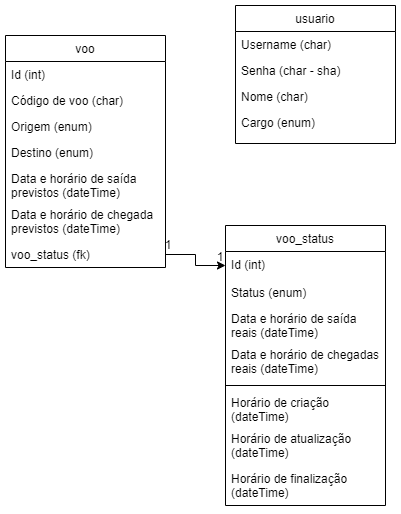
Before: LabEngSoftClassDiag.drawio.png, a diagram exported from draw.io (IzabelaMarina/caqui). Source tidied: cells renumbered, new cells last; positions are measured from the earlier drawing's top-left corner, leaving out a move shared by most shapes.
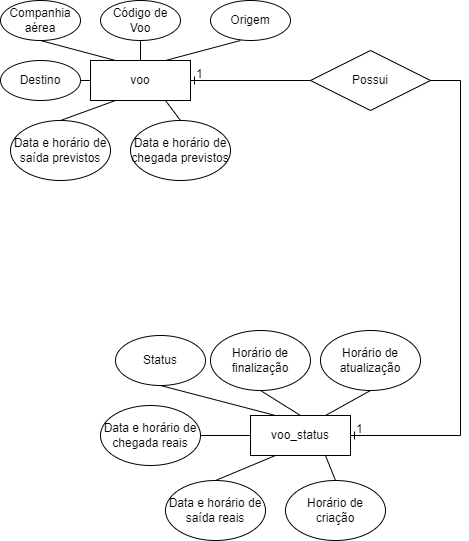
After the change.

What changed in the source:
```diff
@@ -2,80 +2,102 @@
   <root>
     <mxCell id="0" />
     <mxCell id="1" parent="0" />
-    <mxCell id="2" value="voo" style="swimlane;fontStyle=0;align=center;verticalAlign=top;horizontal=1;startSize=26;rounded=0;shadow=0;strokeWidth=1;" parent="1" vertex="1">
-      <mxGeometry y="30" width="160" height="232" as="geometry" />
+    <mxCell id="2" value="voo" style="whiteSpace=wrap;html=1;align=center;" parent="1" vertex="1">
+      <mxGeometry x="45" y="20" width="100" height="40" as="geometry" />
     </mxCell>
-    <mxCell id="3" value="Id (int)" style="text;align=left;verticalAlign=top;spacingLeft=4;spacingRight=4;overflow=hidden;" parent="2" vertex="1">
-      <mxGeometry y="26" width="160" height="26" as="geometry" />
-    </mxCell>
-    <mxCell id="4" value="Código de voo (char)" style="text;align=left;verticalAlign=top;spacingLeft=4;spacingRight=4;overflow=hidden;" parent="2" vertex="1">
-      <mxGeometry y="52" width="160" height="26" as="geometry" />
-    </mxCell>
-    <mxCell id="5" value="Origem (enum)" style="text;align=left;verticalAlign=top;spacingLeft=4;spacingRight=4;overflow=hidden;rounded=0;shadow=0;html=0;" parent="2" vertex="1">
-      <mxGeometry y="78" width="160" height="26" as="geometry" />
-    </mxCell>
-    <mxCell id="6" value="Destino (enum)" style="text;align=left;verticalAlign=top;spacingLeft=4;spacingRight=4;overflow=hidden;rounded=0;shadow=0;html=0;" parent="2" vertex="1">
-      <mxGeometry y="104" width="160" height="26" as="geometry" />
-    </mxCell>
-    <mxCell id="7" value="Data e horário de saída &#10;previstos (dateTime)" style="text;align=left;verticalAlign=top;spacingLeft=4;spacingRight=4;overflow=hidden;rounded=0;shadow=0;html=0;" parent="2" vertex="1">
-      <mxGeometry y="130" width="160" height="36" as="geometry" />
-    </mxCell>
-    <mxCell id="8" value="Data e horário de chegada&#10;previstos (dateTime)" style="text;align=left;verticalAlign=top;spacingLeft=4;spacingRight=4;overflow=hidden;rounded=0;shadow=0;html=0;" parent="2" vertex="1">
-      <mxGeometry y="166" width="160" height="40" as="geometry" />
-    </mxCell>
-    <mxCell id="9" value="voo_status (fk)" style="text;align=left;verticalAlign=top;spacingLeft=4;spacingRight=4;overflow=hidden;points=[[0,0.5],[1,0.5]];portConstraint=eastwest;rounded=0;shadow=0;html=0;" parent="2" vertex="1">
-      <mxGeometry y="206" width="160" height="26" as="geometry" />
-    </mxCell>
-    <mxCell id="10" value="usuario" style="swimlane;fontStyle=0;align=center;verticalAlign=top;horizontal=1;startSize=26;rounded=0;shadow=0;strokeWidth=1;" parent="1" vertex="1">
-      <mxGeometry x="230" width="160" height="138" as="geometry" />
-    </mxCell>
-    <mxCell id="11" value="Username (char)" style="text;align=left;verticalAlign=top;spacingLeft=4;spacingRight=4;overflow=hidden;rounded=0;shadow=0;html=0;" parent="10" vertex="1">
-      <mxGeometry y="26" width="160" height="26" as="geometry" />
-    </mxCell>
-    <mxCell id="12" value="Senha (char - sha)" style="text;align=left;verticalAlign=top;spacingLeft=4;spacingRight=4;overflow=hidden;rounded=0;shadow=0;html=0;" parent="10" vertex="1">
-      <mxGeometry y="52" width="160" height="26" as="geometry" />
-    </mxCell>
-    <mxCell id="13" value="Nome (char)" style="text;align=left;verticalAlign=top;spacingLeft=4;spacingRight=4;overflow=hidden;" parent="10" vertex="1">
-      <mxGeometry y="78" width="160" height="26" as="geometry" />
-    </mxCell>
-    <mxCell id="14" value="Cargo (enum)" style="text;align=left;verticalAlign=top;spacingLeft=4;spacingRight=4;overflow=hidden;rounded=0;shadow=0;html=0;" parent="10" vertex="1">
-      <mxGeometry y="104" width="160" height="26" as="geometry" />
-    </mxCell>
+    <mxCell id="27" value="Companhia aérea" style="ellipse;whiteSpace=wrap;html=1;align=center;" parent="1" vertex="1">
+      <mxGeometry x="-45" y="-40" width="80" height="40" as="geometry" />
+    </mxCell>
+    <mxCell id="28" value="Código de Voo" style="ellipse;whiteSpace=wrap;html=1;align=center;" parent="1" vertex="1">
+      <mxGeometry x="55" y="-40" width="80" height="40" as="geometry" />
+    </mxCell>
+    <mxCell id="29" value="Origem" style="ellipse;whiteSpace=wrap;html=1;align=center;" parent="1" vertex="1">
+      <mxGeometry x="165" y="-40" width="80" height="40" as="geometry" />
+    </mxCell>
+    <mxCell id="30" value="Destino" style="ellipse;whiteSpace=wrap;html=1;align=center;" parent="1" vertex="1">
+      <mxGeometry x="-45" y="20" width="80" height="40" as="geometry" />
+    </mxCell>
+    <mxCell id="31" value="Data e horário de saída previstos" style="ellipse;whiteSpace=wrap;html=1;align=center;" parent="1" vertex="1">
+      <mxGeometry x="-35" y="80" width="100" height="60" as="geometry" />
+    </mxCell>
+    <mxCell id="32" value="Data e horário de chegada previstos" style="ellipse;whiteSpace=wrap;html=1;align=center;" parent="1" vertex="1">
+      <mxGeometry x="85" y="80" width="100" height="60" as="geometry" />
+    </mxCell>
+    <mxCell id="33" style="endArrow=none;html=1;rounded=0;exitX=0.5;exitY=1;exitDx=0;exitDy=0;" parent="1" edge="1" source="28" target="2">
+      <mxGeometry relative="1" as="geometry" />
+    </mxCell>
+    <mxCell id="34" style="endArrow=none;html=1;rounded=0;exitX=0.5;exitY=1;exitDx=0;exitDy=0;entryX=0.25;entryY=0;entryDx=0;entryDy=0;" parent="1" edge="1" source="27" target="2">
+      <mxGeometry relative="1" as="geometry" />
+    </mxCell>
+    <mxCell id="35" style="endArrow=none;html=1;rounded=0;exitX=1;exitY=0.5;exitDx=0;exitDy=0;entryX=0;entryY=0.5;entryDx=0;entryDy=0;" parent="1" edge="1" source="30" target="2">
+      <mxGeometry relative="1" as="geometry" />
+    </mxCell>
+    <mxCell id="36" style="endArrow=none;html=1;rounded=0;exitX=0.5;exitY=0;exitDx=0;exitDy=0;entryX=0.25;entryY=1;entryDx=0;entryDy=0;" parent="1" edge="1" source="31" target="2">
+      <mxGeometry relative="1" as="geometry" />
+    </mxCell>
+    <mxCell id="37" style="endArrow=none;html=1;rounded=0;exitX=0.75;exitY=0;exitDx=0;exitDy=0;entryX=0.375;entryY=1;entryDx=0;entryDy=0;entryPerimeter=0;" parent="1" edge="1" source="2" target="29">
+      <mxGeometry relative="1" as="geometry" />
+    </mxCell>
+    <mxCell id="38" style="endArrow=none;html=1;rounded=0;exitX=0.75;exitY=1;exitDx=0;exitDy=0;entryX=0.5;entryY=0;entryDx=0;entryDy=0;" parent="1" edge="1" source="2" target="32">
+      <mxGeometry relative="1" as="geometry" />
+    </mxCell>
+    <mxCell id="39" value="Possui" style="shape=rhombus;perimeter=rhombusPerimeter;whiteSpace=wrap;html=1;align=center;" parent="1" vertex="1">
+      <mxGeometry x="265" y="10" width="120" height="60" as="geometry" />
+    </mxCell>
+    <mxCell id="40" style="edgeStyle=entityRelationEdgeStyle;fontSize=12;html=1;endArrow=ERone;endFill=1;rounded=0;entryX=1;entryY=0.5;entryDx=0;entryDy=0;" parent="1" edge="1" target="2">
+      <mxGeometry relative="1" as="geometry">
+        <mxPoint x="235" y="40" as="sourcePoint" />
+      </mxGeometry>
+    </mxCell>
-    <mxCell id="15" value="voo_status" style="swimlane;fontStyle=0;align=center;verticalAlign=top;horizontal=1;startSize=26;rounded=0;shadow=0;strokeWidth=1;" parent="1" vertex="1">
-      <mxGeometry x="220" y="220" width="160" height="280" as="geometry" />
+    <mxCell id="15" value="voo_status" style="whiteSpace=wrap;html=1;align=center;" parent="1" vertex="1">
+      <mxGeometry x="205" y="375" width="100" height="40" as="geometry" />
     </mxCell>
-    <mxCell id="16" value="Id (int)" style="text;align=left;verticalAlign=top;spacingLeft=4;spacingRight=4;overflow=hidden;points=[[0,0.5],[1,0.5]];portConstraint=eastwest;rounded=0;shadow=0;html=0;" parent="15" vertex="1">
-      <mxGeometry y="26" width="160" height="28" as="geometry" />
-    </mxCell>
-    <mxCell id="17" value="Status (enum)" style="text;align=left;verticalAlign=top;spacingLeft=4;spacingRight=4;overflow=hidden;rounded=0;shadow=0;html=0;" parent="15" vertex="1">
-      <mxGeometry y="54" width="160" height="26" as="geometry" />
-    </mxCell>
-    <mxCell id="18" value="Data e horário de saída &#10;reais (dateTime)" style="text;align=left;verticalAlign=top;spacingLeft=4;spacingRight=4;overflow=hidden;rounded=0;shadow=0;html=0;" parent="15" vertex="1">
-      <mxGeometry y="80" width="160" height="36" as="geometry" />
-    </mxCell>
-    <mxCell id="19" value="Data e horário de chegadas &#10;reais (dateTime)" style="text;align=left;verticalAlign=top;spacingLeft=4;spacingRight=4;overflow=hidden;rounded=0;shadow=0;html=0;" parent="15" vertex="1">
-      <mxGeometry y="116" width="160" height="40" as="geometry" />
-    </mxCell>
-    <mxCell id="20" style="line;html=1;strokeWidth=1;align=left;verticalAlign=middle;spacingTop=-1;spacingLeft=3;spacingRight=3;labelPosition=right;" parent="15" vertex="1">
-      <mxGeometry y="156" width="160" height="8" as="geometry" />
-    </mxCell>
-    <mxCell id="21" value="Horário de criação &#10;(dateTime)" style="text;align=left;verticalAlign=top;spacingLeft=4;spacingRight=4;overflow=hidden;rounded=0;shadow=0;html=0;" parent="15" vertex="1">
-      <mxGeometry y="164" width="160" height="36" as="geometry" />
-    </mxCell>
-    <mxCell id="22" value="Horário de atualização &#10;(dateTime)" style="text;align=left;verticalAlign=top;spacingLeft=4;spacingRight=4;overflow=hidden;rounded=0;shadow=0;html=0;" parent="15" vertex="1">
-      <mxGeometry y="200" width="160" height="40" as="geometry" />
-    </mxCell>
-    <mxCell id="23" value="Horário de finalização&#10;(dateTime)" style="text;align=left;verticalAlign=top;spacingLeft=4;spacingRight=4;overflow=hidden;rounded=0;shadow=0;html=0;" parent="15" vertex="1">
-      <mxGeometry y="240" width="160" height="40" as="geometry" />
-    </mxCell>
-    <mxCell id="24" style="edgeStyle=orthogonalEdgeStyle;rounded=0;jettySize=auto;html=1;entryX=0;entryY=0.5;entryDx=0;entryDy=0;" parent="1" edge="1" source="9" target="16">
-      <mxGeometry relative="1" as="geometry" />
-    </mxCell>
-    <mxCell id="25" value="1" style="text;html=1;strokeColor=none;fillColor=none;align=center;verticalAlign=middle;whiteSpace=wrap;rounded=0;" parent="1" vertex="1">
-      <mxGeometry x="160" y="230" width="6" height="20" as="geometry" />
-    </mxCell>
-    <mxCell id="26" value="1" style="text;html=1;strokeColor=none;fillColor=none;align=center;verticalAlign=middle;whiteSpace=wrap;rounded=0;" parent="1" vertex="1">
-      <mxGeometry x="210" y="242" width="10" height="20" as="geometry" />
-    </mxCell>
+    <mxCell id="41" value="Status" style="ellipse;whiteSpace=wrap;html=1;align=center;" parent="1" vertex="1">
+      <mxGeometry x="70" y="295" width="90" height="50" as="geometry" />
+    </mxCell>
+    <mxCell id="42" value="Data e horário de chegada reais" style="ellipse;whiteSpace=wrap;html=1;align=center;" parent="1" vertex="1">
+      <mxGeometry x="55" y="365" width="100" height="60" as="geometry" />
+    </mxCell>
+    <mxCell id="43" value="Data e horário de saída reais" style="ellipse;whiteSpace=wrap;html=1;align=center;" parent="1" vertex="1">
+      <mxGeometry x="120" y="440" width="100" height="60" as="geometry" />
+    </mxCell>
+    <mxCell id="44" value="Horário de criação" style="ellipse;whiteSpace=wrap;html=1;align=center;" parent="1" vertex="1">
+      <mxGeometry x="240" y="440" width="100" height="60" as="geometry" />
+    </mxCell>
+    <mxCell id="45" value="Horário de atualização" style="ellipse;whiteSpace=wrap;html=1;align=center;" parent="1" vertex="1">
+      <mxGeometry x="275" y="290" width="100" height="60" as="geometry" />
+    </mxCell>
+    <mxCell id="46" value="Horário de finalização" style="ellipse;whiteSpace=wrap;html=1;align=center;" parent="1" vertex="1">
+      <mxGeometry x="165" y="290" width="100" height="60" as="geometry" />
+    </mxCell>
+    <mxCell id="47" style="endArrow=none;html=1;rounded=0;exitX=0.5;exitY=1;exitDx=0;exitDy=0;entryX=0.25;entryY=0;entryDx=0;entryDy=0;" parent="1" edge="1" source="41" target="15">
+      <mxGeometry relative="1" as="geometry" />
+    </mxCell>
+    <mxCell id="48" style="endArrow=none;html=1;rounded=0;exitX=1;exitY=0.5;exitDx=0;exitDy=0;entryX=0;entryY=0.5;entryDx=0;entryDy=0;" parent="1" edge="1" source="42" target="15">
+      <mxGeometry relative="1" as="geometry" />
+    </mxCell>
+    <mxCell id="49" style="endArrow=none;html=1;rounded=0;exitX=0.5;exitY=0;exitDx=0;exitDy=0;entryX=0.25;entryY=1;entryDx=0;entryDy=0;" parent="1" edge="1" source="43" target="15">
+      <mxGeometry relative="1" as="geometry" />
+    </mxCell>
+    <mxCell id="50" style="endArrow=none;html=1;rounded=0;exitX=0.5;exitY=0;exitDx=0;exitDy=0;entryX=0.75;entryY=1;entryDx=0;entryDy=0;" parent="1" edge="1" source="44" target="15">
+      <mxGeometry relative="1" as="geometry" />
+    </mxCell>
+    <mxCell id="51" style="endArrow=none;html=1;rounded=0;exitX=0.5;exitY=1;exitDx=0;exitDy=0;entryX=0.75;entryY=0;entryDx=0;entryDy=0;" parent="1" edge="1" source="45" target="15">
+      <mxGeometry relative="1" as="geometry" />
+    </mxCell>
+    <mxCell id="52" style="endArrow=none;html=1;rounded=0;exitX=0.5;exitY=1;exitDx=0;exitDy=0;entryX=0.5;entryY=0;entryDx=0;entryDy=0;" parent="1" edge="1" source="46" target="15">
+      <mxGeometry relative="1" as="geometry" />
+    </mxCell>
+    <mxCell id="53" style="edgeStyle=entityRelationEdgeStyle;fontSize=12;html=1;endArrow=ERone;endFill=1;rounded=0;entryX=1;entryY=0.5;entryDx=0;entryDy=0;" parent="1" edge="1" target="15">
+      <mxGeometry relative="1" as="geometry">
+        <mxPoint x="385" y="40" as="sourcePoint" />
+      </mxGeometry>
+    </mxCell>
+    <mxCell id="54" value="1" style="text;strokeColor=none;fillColor=none;spacingLeft=4;spacingRight=4;overflow=hidden;fontSize=12;" parent="1" vertex="1">
+      <mxGeometry x="145" y="20" width="20" height="20" as="geometry" />
+    </mxCell>
+    <mxCell id="55" value="1" style="text;strokeColor=none;fillColor=none;spacingLeft=4;spacingRight=4;overflow=hidden;fontSize=12;" parent="1" vertex="1">
+      <mxGeometry x="305" y="375" width="20" height="20" as="geometry" />
+    </mxCell>
   </root>
 </mxGraphModel>
```
